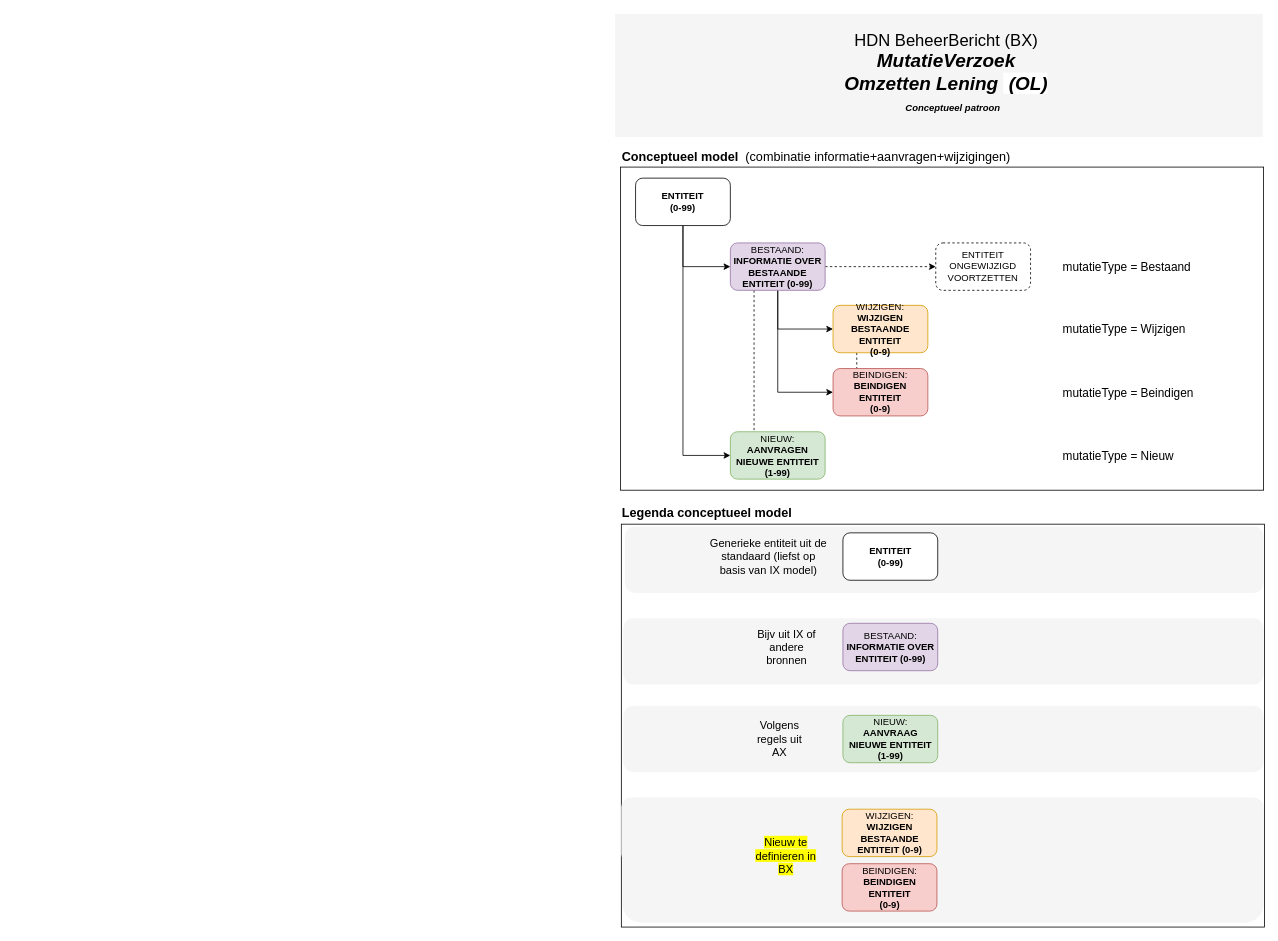
Earlier version of the draw.io diagram page "PatroonConcept" (5 of 13) of BX_Omzetten_Lening.drawio (luchthandel/diagrams). Source tidied: cells renumbered, new cells numbered last; positions are measured from the earlier drawing's top-left corner, leaving out a move shared by most shapes. Both pictures are drawn from the tidied source at 79%, with x=0, y=0 at pixel (615, 13).
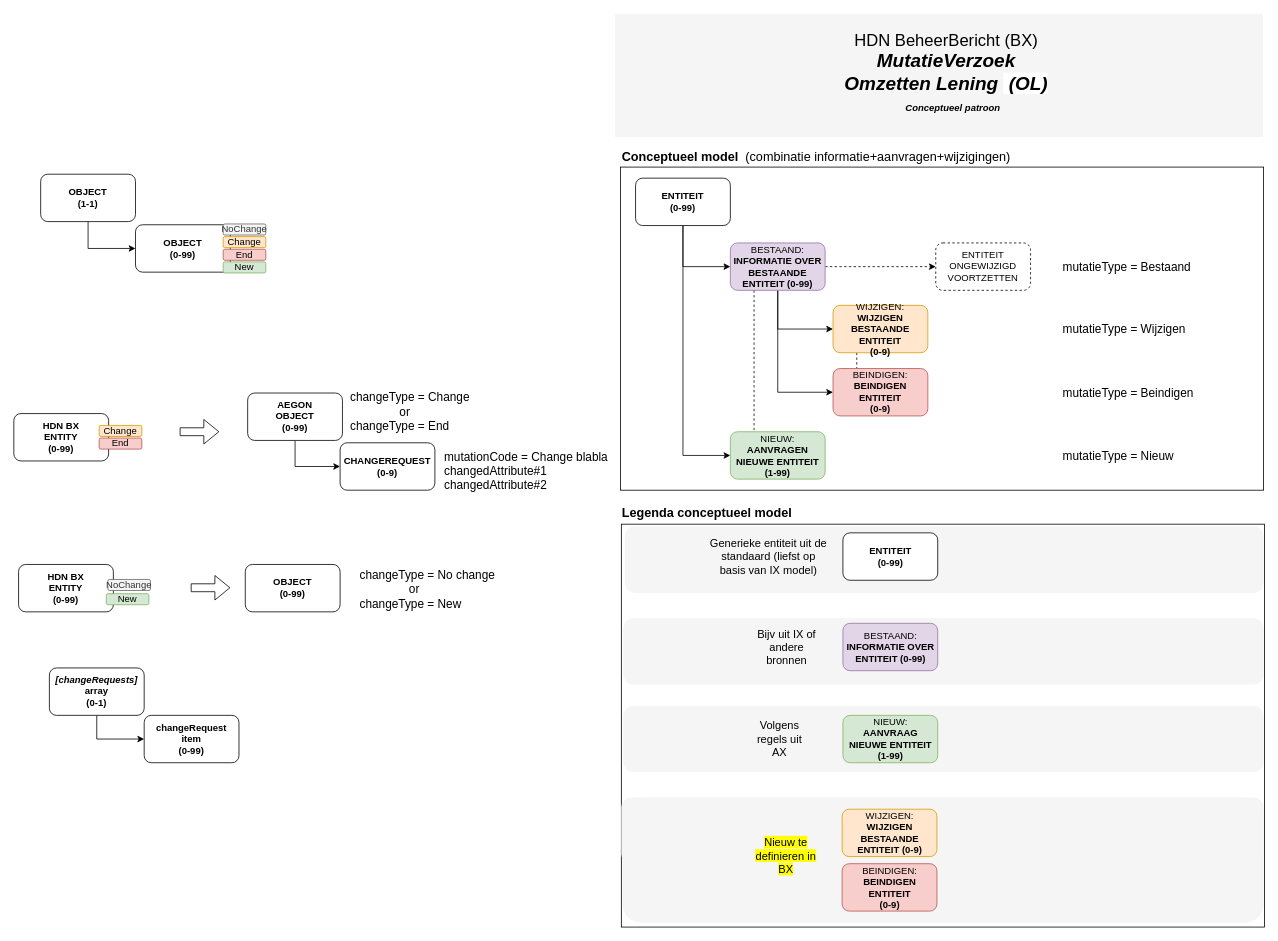
Above is the later version.

Change to the diagram source:
```diff
@@
+    <mxCell id="40" style="edgeStyle=orthogonalEdgeStyle;rounded=0;jettySize=auto;html=1;exitX=0.5;exitY=1;exitDx=0;exitDy=0;entryX=0;entryY=0.5;entryDx=0;entryDy=0;" parent="1" edge="1" source="41" target="42">
+      <mxGeometry relative="1" as="geometry" />
+    </mxCell>
+    <mxCell id="41" value="OBJECT&lt;br&gt;(1-1)" style="rounded=1;whiteSpace=wrap;html=1;fontStyle=1;" parent="1" vertex="1">
+      <mxGeometry x="-727" y="203" width="120" height="60" as="geometry" />
+    </mxCell>
+    <mxCell id="42" value="OBJECT&lt;br&gt;(0-99)" style="rounded=1;whiteSpace=wrap;html=1;fontStyle=1;" parent="1" vertex="1">
+      <mxGeometry x="-607" y="267" width="120" height="60" as="geometry" />
+    </mxCell>
+    <mxCell id="43" value="&lt;span style=&quot;font-weight: 400&quot;&gt;NoChange&lt;/span&gt;" style="rounded=1;whiteSpace=wrap;html=1;fontStyle=1;fillColor=#f5f5f5;strokeColor=#666666;fontColor=#333333;" parent="1" vertex="1">
+      <mxGeometry x="-496" y="266" width="54" height="14" as="geometry" />
+    </mxCell>
+    <mxCell id="44" value="&lt;span style=&quot;font-weight: 400&quot;&gt;Change&lt;/span&gt;" style="rounded=1;whiteSpace=wrap;html=1;fontStyle=1;fillColor=#ffe6cc;strokeColor=#d79b00;" parent="1" vertex="1">
+      <mxGeometry x="-496" y="282" width="54" height="14" as="geometry" />
+    </mxCell>
+    <mxCell id="45" value="&lt;span style=&quot;font-weight: 400&quot;&gt;End&lt;/span&gt;" style="rounded=1;whiteSpace=wrap;html=1;fontStyle=1;fillColor=#f8cecc;strokeColor=#b85450;" parent="1" vertex="1">
+      <mxGeometry x="-496" y="298" width="54" height="14" as="geometry" />
+    </mxCell>
+    <mxCell id="46" value="&lt;span style=&quot;font-weight: 400&quot;&gt;New&lt;/span&gt;" style="rounded=1;whiteSpace=wrap;html=1;fontStyle=1;fillColor=#d5e8d4;strokeColor=#82b366;" parent="1" vertex="1">
+      <mxGeometry x="-496" y="314" width="54" height="14" as="geometry" />
+    </mxCell>
+    <mxCell id="47" value="HDN BX&lt;br&gt;ENTITY&lt;br&gt;(0-99)" style="rounded=1;whiteSpace=wrap;html=1;fontStyle=1;" parent="1" vertex="1">
+      <mxGeometry x="-761" y="506" width="120" height="60" as="geometry" />
+    </mxCell>
+    <mxCell id="48" style="edgeStyle=orthogonalEdgeStyle;rounded=0;jettySize=auto;html=1;exitX=0.5;exitY=1;exitDx=0;exitDy=0;entryX=0;entryY=0.5;entryDx=0;entryDy=0;" parent="1" edge="1" source="49" target="50">
+      <mxGeometry relative="1" as="geometry" />
+    </mxCell>
+    <mxCell id="49" value="AEGON&lt;br&gt;OBJECT&lt;br&gt;(0-99)" style="rounded=1;whiteSpace=wrap;html=1;fontStyle=1;" parent="1" vertex="1">
+      <mxGeometry x="-465" y="480" width="120" height="60" as="geometry" />
+    </mxCell>
+    <mxCell id="50" value="CHANGEREQUEST&lt;br&gt;(0-9)" style="rounded=1;whiteSpace=wrap;html=1;fontStyle=1;" parent="1" vertex="1">
+      <mxGeometry x="-348" y="543" width="120" height="60" as="geometry" />
+    </mxCell>
+    <mxCell id="51" value="&lt;span style=&quot;font-weight: 400&quot;&gt;Change&lt;/span&gt;" style="rounded=1;whiteSpace=wrap;html=1;fontStyle=1;fillColor=#ffe6cc;strokeColor=#d79b00;" parent="1" vertex="1">
+      <mxGeometry x="-653" y="521" width="54" height="14" as="geometry" />
+    </mxCell>
+    <mxCell id="52" value="&lt;span style=&quot;font-weight: 400&quot;&gt;End&lt;/span&gt;" style="rounded=1;whiteSpace=wrap;html=1;fontStyle=1;fillColor=#f8cecc;strokeColor=#b85450;" parent="1" vertex="1">
+      <mxGeometry x="-653" y="537" width="54" height="14" as="geometry" />
+    </mxCell>
+    <mxCell id="53" value="HDN BX&lt;br&gt;ENTITY&lt;br&gt;(0-99)" style="rounded=1;whiteSpace=wrap;html=1;fontStyle=1;" parent="1" vertex="1">
+      <mxGeometry x="-755" y="697" width="120" height="60" as="geometry" />
+    </mxCell>
+    <mxCell id="54" value="&lt;span style=&quot;font-weight: 400&quot;&gt;NoChange&lt;/span&gt;" style="rounded=1;whiteSpace=wrap;html=1;fontStyle=1;fillColor=#f5f5f5;strokeColor=#666666;fontColor=#333333;" parent="1" vertex="1">
+      <mxGeometry x="-642" y="716" width="54" height="14" as="geometry" />
+    </mxCell>
+    <mxCell id="55" value="&lt;span style=&quot;font-weight: 400&quot;&gt;New&lt;/span&gt;" style="rounded=1;whiteSpace=wrap;html=1;fontStyle=1;fillColor=#d5e8d4;strokeColor=#82b366;" parent="1" vertex="1">
+      <mxGeometry x="-644" y="734" width="54" height="14" as="geometry" />
+    </mxCell>
+    <mxCell id="56" value="OBJECT&lt;br&gt;(0-99)" style="rounded=1;whiteSpace=wrap;html=1;fontStyle=1;" parent="1" vertex="1">
+      <mxGeometry x="-468" y="697" width="120" height="60" as="geometry" />
+    </mxCell>
+    <mxCell id="57" value="&lt;span style=&quot;font-weight: normal&quot;&gt;changeType = No change&lt;br&gt;&amp;nbsp; &amp;nbsp; &amp;nbsp; &amp;nbsp; &amp;nbsp; &amp;nbsp; &amp;nbsp; &amp;nbsp;or&lt;br&gt;&lt;/span&gt;&lt;span style=&quot;font-weight: 400&quot;&gt;changeType = New&lt;/span&gt;&lt;span style=&quot;font-weight: normal&quot;&gt;&lt;br&gt;&lt;br&gt;&lt;/span&gt;" style="text;html=1;strokeColor=none;fillColor=none;align=left;verticalAlign=middle;whiteSpace=wrap;rounded=0;fontStyle=1;fontSize=15;" parent="1" vertex="1">
+      <mxGeometry x="-325" y="699" width="192" height="75" as="geometry" />
+    </mxCell>
+    <mxCell id="58" value="&lt;span style=&quot;font-weight: normal&quot;&gt;changeType = Change&lt;br&gt;&amp;nbsp; &amp;nbsp; &amp;nbsp; &amp;nbsp; &amp;nbsp; &amp;nbsp; &amp;nbsp; &amp;nbsp;or&lt;br&gt;&lt;/span&gt;&lt;span style=&quot;font-weight: 400&quot;&gt;changeType = End&lt;/span&gt;&lt;span style=&quot;font-weight: normal&quot;&gt;&lt;br&gt;&lt;br&gt;&lt;/span&gt;" style="text;html=1;strokeColor=none;fillColor=none;align=left;verticalAlign=middle;whiteSpace=wrap;rounded=0;fontStyle=1;fontSize=15;" parent="1" vertex="1">
+      <mxGeometry x="-337" y="474" width="192" height="75" as="geometry" />
+    </mxCell>
+    <mxCell id="59" value="&lt;span style=&quot;font-weight: normal&quot;&gt;mutationCode = Change blabla&lt;br&gt;changedAttribute#1&lt;br&gt;&lt;/span&gt;&lt;span style=&quot;font-weight: 400&quot;&gt;changedAttribute#2&lt;/span&gt;&lt;span style=&quot;font-weight: normal&quot;&gt;&lt;br&gt;&lt;/span&gt;" style="text;html=1;strokeColor=none;fillColor=none;align=left;verticalAlign=middle;whiteSpace=wrap;rounded=0;fontStyle=1;fontSize=15;" parent="1" vertex="1">
+      <mxGeometry x="-218.5" y="540" width="231" height="75" as="geometry" />
+    </mxCell>
+    <mxCell id="60" style="shape=flexArrow;endArrow=classic;html=1;" parent="1" edge="1">
+      <mxGeometry relative="1" as="geometry">
+        <mxPoint x="-551" y="529" as="sourcePoint" />
+        <mxPoint x="-501" y="529" as="targetPoint" />
+      </mxGeometry>
+    </mxCell>
+    <mxCell id="61" style="shape=flexArrow;endArrow=classic;html=1;" parent="1" edge="1">
+      <mxGeometry relative="1" as="geometry">
+        <mxPoint x="-537" y="726.5" as="sourcePoint" />
+        <mxPoint x="-487" y="726.5" as="targetPoint" />
+      </mxGeometry>
+    </mxCell>
+    <mxCell id="62" style="edgeStyle=orthogonalEdgeStyle;rounded=0;jettySize=auto;html=1;exitX=0.5;exitY=1;exitDx=0;exitDy=0;entryX=0;entryY=0.5;entryDx=0;entryDy=0;" parent="1" edge="1" source="63" target="64">
+      <mxGeometry relative="1" as="geometry" />
+    </mxCell>
+    <mxCell id="63" value="&lt;i&gt;[changeRequests]&lt;br&gt;&lt;/i&gt;array&lt;br&gt;(0-1)" style="rounded=1;whiteSpace=wrap;html=1;fontStyle=1;" parent="1" vertex="1">
+      <mxGeometry x="-716" y="828" width="120" height="60" as="geometry" />
+    </mxCell>
+    <mxCell id="64" value="changeRequest&lt;br&gt;item&lt;br&gt;(0-99)" style="rounded=1;whiteSpace=wrap;html=1;fontStyle=1;" parent="1" vertex="1">
+      <mxGeometry x="-596" y="888" width="120" height="60" as="geometry" />
+    </mxCell>
```
